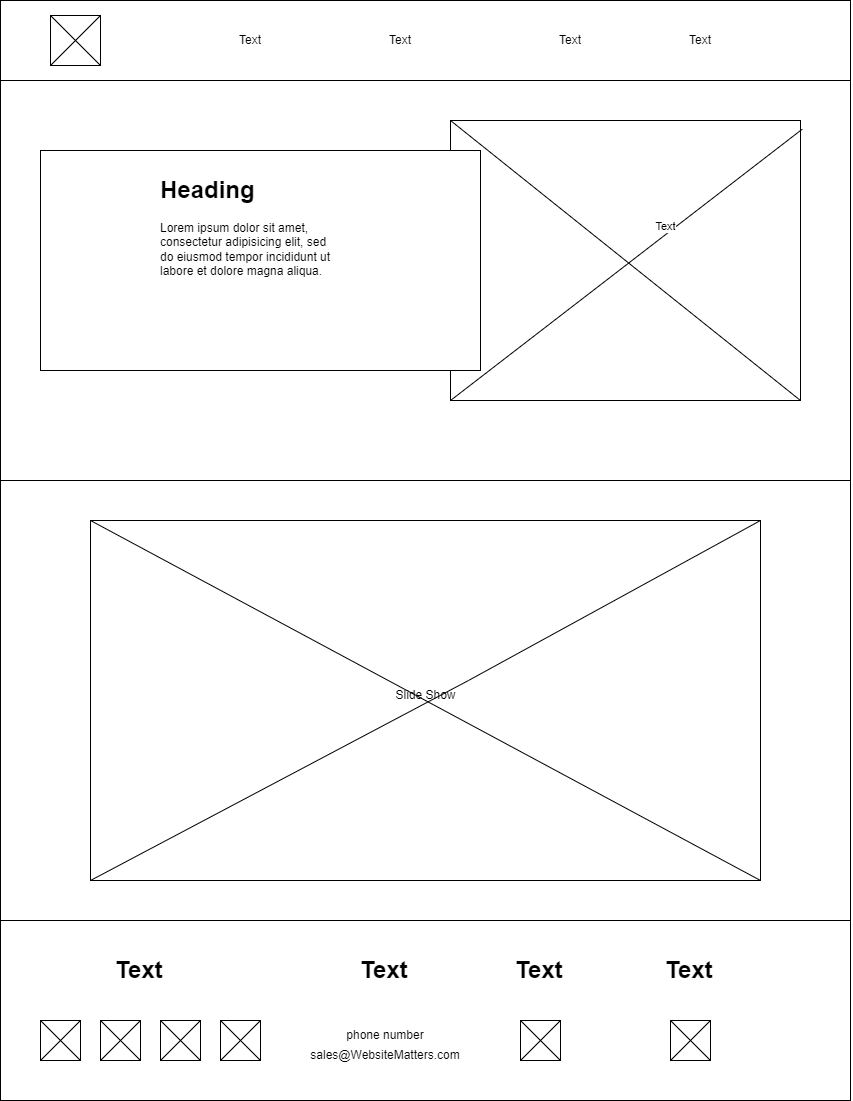
Before: website_matters/images/home_wireframe.png, a diagram exported from draw.io (rociobyui/wdd130). Source tidied: cells renumbered, new cells last; positions are measured from the earlier drawing's top-left corner, leaving out a move shared by most shapes.
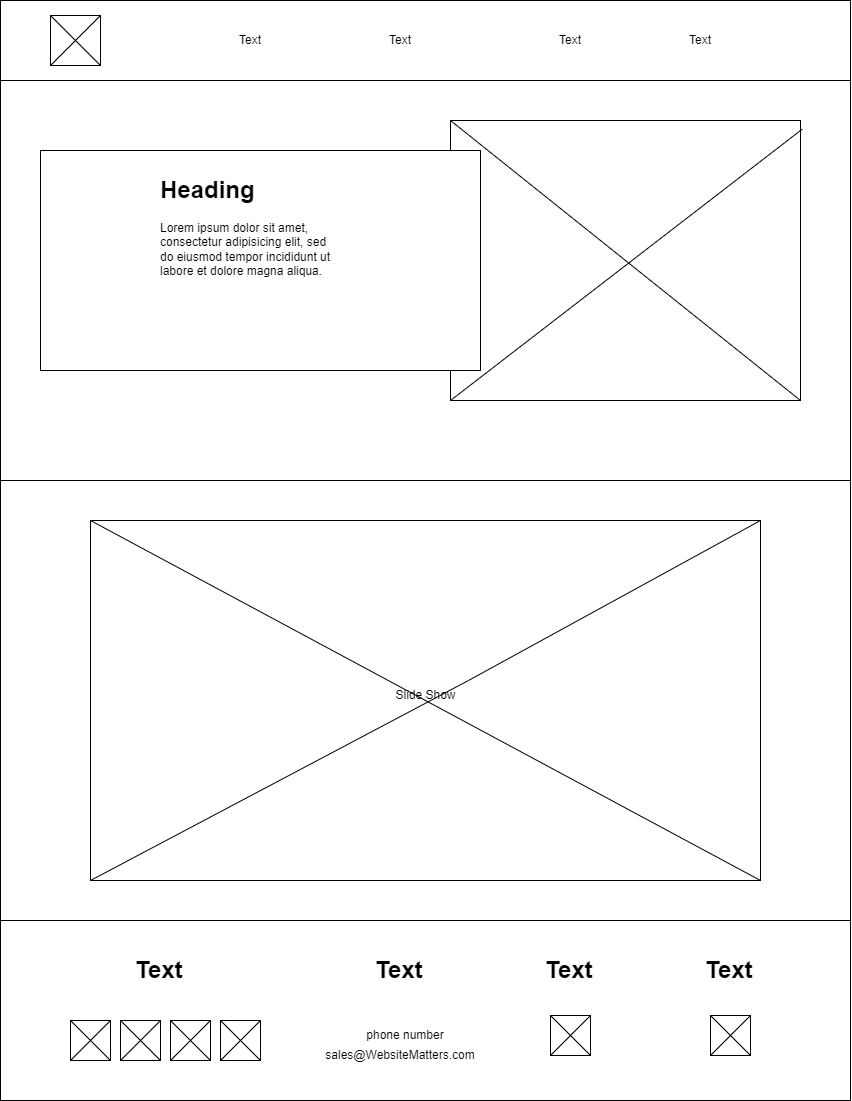
The same file after the commit.

Commit message:
wireframe home page

Change to the diagram source:
```diff
@@ -18,13 +18,13 @@
       <mxGeometry y="920" width="850" height="180" as="geometry" />
     </mxCell>
     <mxCell id="7" value="&lt;h1&gt;Text&lt;/h1&gt;" style="text;html=1;strokeColor=none;fillColor=none;spacing=5;spacingTop=-20;whiteSpace=wrap;overflow=hidden;rounded=0;" parent="1" vertex="1">
-      <mxGeometry x="660" y="950" width="100" height="40" as="geometry" />
+      <mxGeometry x="700" y="950" width="100" height="40" as="geometry" />
     </mxCell>
     <mxCell id="8" value="sales@WebsiteMatters.com" style="text;html=1;strokeColor=none;fillColor=none;align=center;verticalAlign=middle;whiteSpace=wrap;rounded=0;" parent="1" vertex="1">
-      <mxGeometry x="355" y="1040" width="60" height="30" as="geometry" />
+      <mxGeometry x="370" y="1040" width="60" height="30" as="geometry" />
     </mxCell>
     <mxCell id="9" value="phone number" style="text;html=1;strokeColor=none;fillColor=none;align=center;verticalAlign=middle;whiteSpace=wrap;rounded=0;" parent="1" vertex="1">
-      <mxGeometry x="340" y="1020" width="90" height="30" as="geometry" />
+      <mxGeometry x="360" y="1020" width="90" height="30" as="geometry" />
     </mxCell>
     <mxCell id="10" value="Text" style="text;html=1;strokeColor=none;fillColor=none;align=center;verticalAlign=middle;whiteSpace=wrap;rounded=0;" parent="1" vertex="1">
       <mxGeometry x="220" y="25" width="60" height="30" as="geometry" />
@@ -45,19 +45,19 @@
       <mxGeometry x="90" y="520" width="670" height="360" as="geometry" />
     </mxCell>
     <mxCell id="16" value="&lt;h1&gt;Text&lt;/h1&gt;" style="text;html=1;strokeColor=none;fillColor=none;spacing=5;spacingTop=-20;whiteSpace=wrap;overflow=hidden;rounded=0;" parent="1" vertex="1">
-      <mxGeometry x="355" y="950" width="90" height="40" as="geometry" />
+      <mxGeometry x="370" y="950" width="90" height="40" as="geometry" />
     </mxCell>
     <mxCell id="17" value="&lt;h1&gt;Text&lt;/h1&gt;" style="text;html=1;strokeColor=none;fillColor=none;spacing=5;spacingTop=-20;whiteSpace=wrap;overflow=hidden;rounded=0;" parent="1" vertex="1">
-      <mxGeometry x="110" y="950" width="80" height="40" as="geometry" />
+      <mxGeometry x="130" y="950" width="80" height="40" as="geometry" />
     </mxCell>
     <mxCell id="18" style="whiteSpace=wrap;html=1;" parent="1" vertex="1">
-      <mxGeometry x="40" y="1020" width="40" height="40" as="geometry" />
+      <mxGeometry x="70" y="1020" width="40" height="40" as="geometry" />
     </mxCell>
     <mxCell id="19" style="whiteSpace=wrap;html=1;" parent="1" vertex="1">
-      <mxGeometry x="100" y="1020" width="40" height="40" as="geometry" />
+      <mxGeometry x="120" y="1020" width="40" height="40" as="geometry" />
     </mxCell>
     <mxCell id="20" style="whiteSpace=wrap;html=1;" parent="1" vertex="1">
-      <mxGeometry x="160" y="1020" width="40" height="40" as="geometry" />
+      <mxGeometry x="170" y="1020" width="40" height="40" as="geometry" />
     </mxCell>
     <mxCell id="21" style="whiteSpace=wrap;html=1;" parent="1" vertex="1">
       <mxGeometry x="220" y="1020" width="40" height="40" as="geometry" />
@@ -79,9 +79,6 @@
     <mxCell id="26" style="endArrow=none;html=1;rounded=0;exitX=0;exitY=1;exitDx=0;exitDy=0;entryX=1.005;entryY=0.031;entryDx=0;entryDy=0;entryPerimeter=0;" parent="1" edge="1" source="24" target="24">
       <mxGeometry relative="1" as="geometry" />
     </mxCell>
-    <mxCell id="27" value="Text" style="edgeLabel;html=1;align=center;verticalAlign=middle;" parent="26" vertex="1">
-      <mxGeometry x="0.24" y="8" relative="1" as="geometry" />
-    </mxCell>
     <mxCell id="28" style="endArrow=none;html=1;rounded=0;entryX=0;entryY=0;entryDx=0;entryDy=0;exitX=1;exitY=1;exitDx=0;exitDy=0;" parent="1" edge="1" source="24" target="24">
       <mxGeometry relative="1" as="geometry" />
     </mxCell>
@@ -91,7 +88,7 @@
     <mxCell id="30" style="endArrow=none;html=1;rounded=0;exitX=0;exitY=1;exitDx=0;exitDy=0;entryX=1;entryY=0;entryDx=0;entryDy=0;" parent="1" edge="1" source="18" target="18">
       <mxGeometry relative="1" as="geometry">
         <Array as="points">
-          <mxPoint x="80" y="1020" />
+          <mxPoint x="110" y="1020" />
         </Array>
       </mxGeometry>
     </mxCell>
@@ -117,7 +114,7 @@
       <mxGeometry relative="1" as="geometry" />
     </mxCell>
     <mxCell id="38" style="whiteSpace=wrap;html=1;" parent="1" vertex="1">
-      <mxGeometry x="520" y="1020" width="40" height="40" as="geometry" />
+      <mxGeometry x="550" y="1015" width="40" height="40" as="geometry" />
     </mxCell>
     <mxCell id="39" style="endArrow=none;html=1;rounded=0;entryX=1;entryY=0;entryDx=0;entryDy=0;exitX=0;exitY=1;exitDx=0;exitDy=0;" parent="1" edge="1" source="38" target="38">
       <mxGeometry relative="1" as="geometry" />
@@ -126,10 +123,10 @@
       <mxGeometry relative="1" as="geometry" />
     </mxCell>
     <mxCell id="41" value="&lt;h1&gt;Text&lt;/h1&gt;" style="text;html=1;strokeColor=none;fillColor=none;spacing=5;spacingTop=-20;whiteSpace=wrap;overflow=hidden;rounded=0;" parent="1" vertex="1">
-      <mxGeometry x="510" y="950" width="100" height="40" as="geometry" />
+      <mxGeometry x="540" y="950" width="100" height="40" as="geometry" />
     </mxCell>
     <mxCell id="42" style="whiteSpace=wrap;html=1;" parent="1" vertex="1">
-      <mxGeometry x="670" y="1020" width="40" height="40" as="geometry" />
+      <mxGeometry x="710" y="1015" width="40" height="40" as="geometry" />
     </mxCell>
     <mxCell id="43" style="endArrow=none;html=1;rounded=0;entryX=0;entryY=0;entryDx=0;entryDy=0;exitX=1;exitY=1;exitDx=0;exitDy=0;" parent="1" edge="1" source="42" target="42">
       <mxGeometry relative="1" as="geometry" />
```
